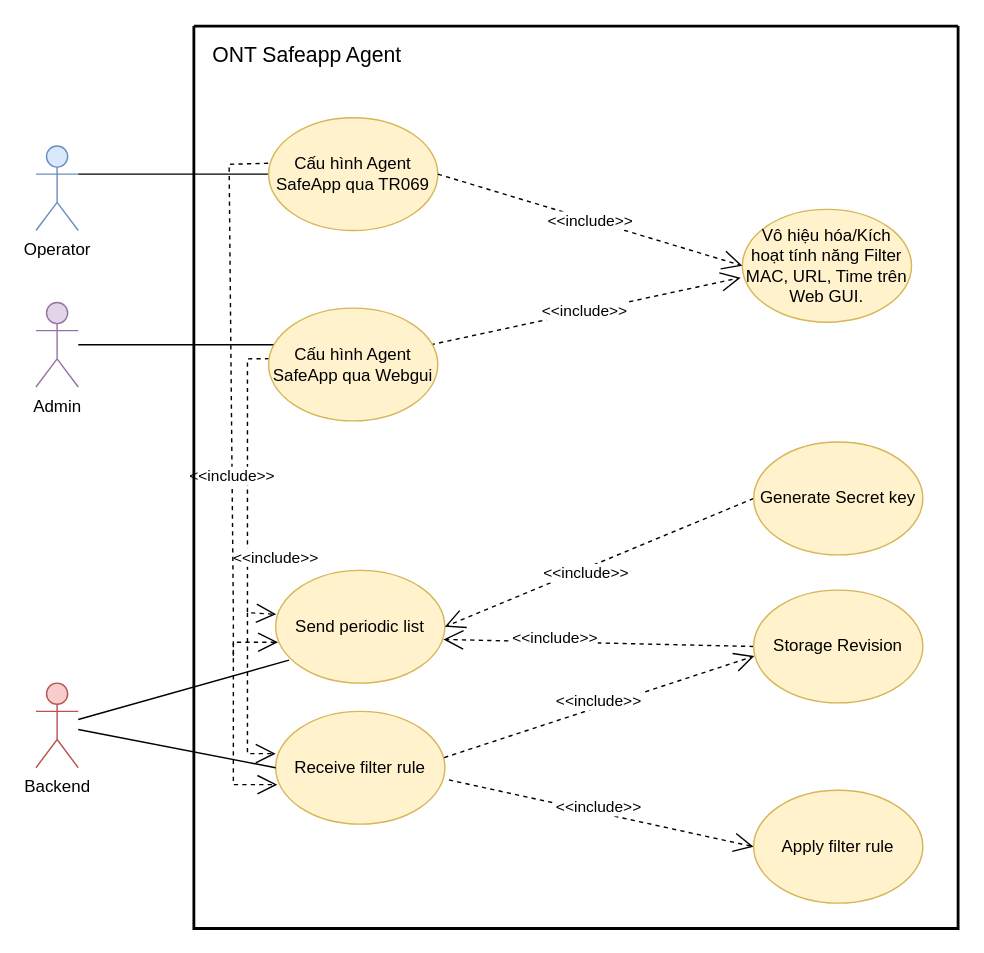
Above: final.drawio in nhatdevemb/Image_galerry (draw.io), before the change. Source tidied: cells renumbered, new cells numbered last; positions are measured from the earlier drawing's top-left corner, leaving out a move shared by most shapes. Both pictures are drawn from the tidied source at 141%, with x=0, y=0 at pixel (35, 25).
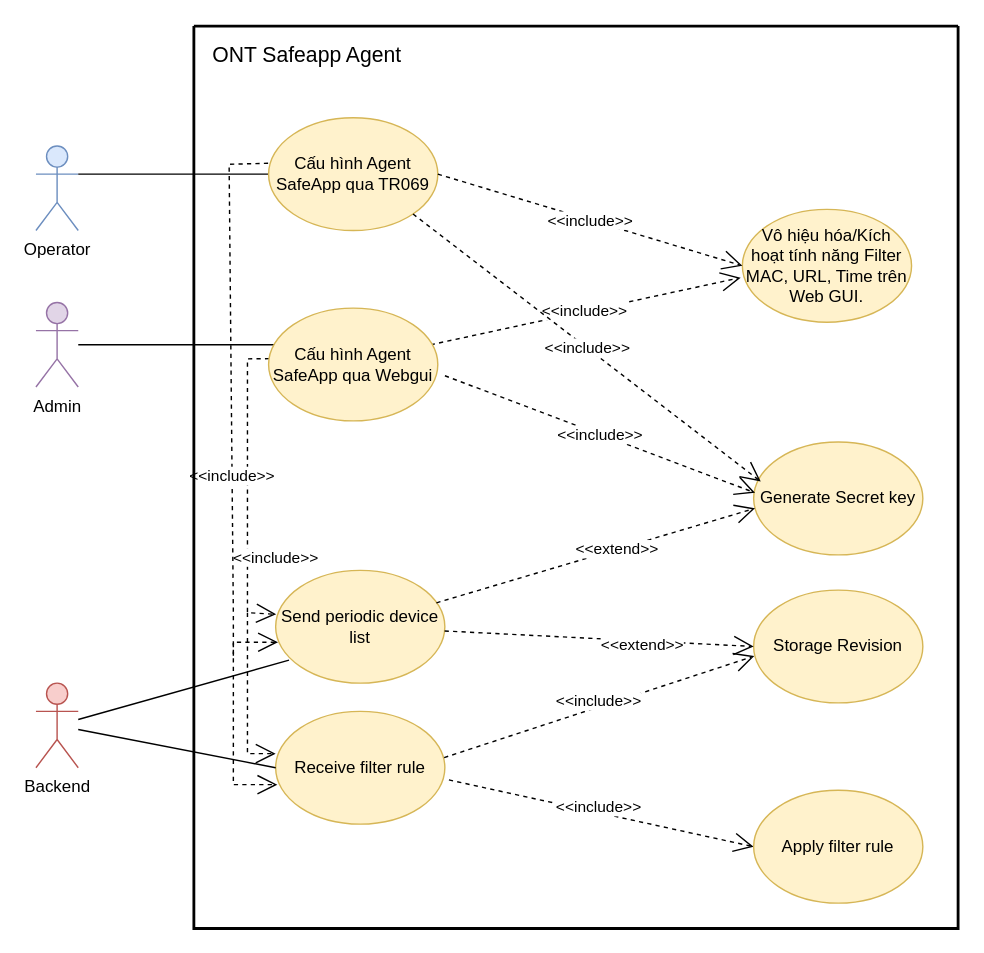
After the change.

Unchanged cells that the change refers to:
```xml
<mxCell id="20" style="swimlane;startSize=0;strokeWidth=2;" parent="1" vertex="1">
  <mxGeometry x="112" width="542" height="640" as="geometry" />
</mxCell>
<mxCell id="22" value="Generate Secret key" style="ellipse;whiteSpace=wrap;html=1;fillColor=#fff2cc;strokeColor=#d6b656;" parent="20" vertex="1">
  <mxGeometry x="397" y="295" width="120" height="80" as="geometry" />
</mxCell>
<mxCell id="23" value="Storage Revision" style="ellipse;whiteSpace=wrap;html=1;fillColor=#fff2cc;strokeColor=#d6b656;" parent="20" vertex="1">
  <mxGeometry x="397" y="400" width="120" height="80" as="geometry" />
</mxCell>
<mxCell id="25" value="Cấu hình Agent SafeApp qua TR069" style="ellipse;whiteSpace=wrap;html=1;fillColor=#fff2cc;strokeColor=#d6b656;" parent="20" vertex="1">
  <mxGeometry x="53" y="65" width="120" height="80" as="geometry" />
</mxCell>
<mxCell id="26" value="Cấu hình Agent SafeApp qua Webgui" style="ellipse;whiteSpace=wrap;html=1;fillColor=#fff2cc;strokeColor=#d6b656;" parent="20" vertex="1">
  <mxGeometry x="53" y="200" width="120" height="80" as="geometry" />
</mxCell>
```

What changed in the source:
```diff
@@
-    <mxCell id="2" value="Send periodic list" style="ellipse;whiteSpace=wrap;html=1;fillColor=#fff2cc;strokeColor=#d6b656;" parent="1" vertex="1">
+    <mxCell id="2" value="Send periodic device list" style="ellipse;whiteSpace=wrap;html=1;fillColor=#fff2cc;strokeColor=#d6b656;" parent="1" vertex="1">
       <mxGeometry x="170" y="386" width="120" height="80" as="geometry" />
     </mxCell>
@@
-    <mxCell id="12" value="&amp;lt;&amp;lt;include&amp;gt;&amp;gt;" style="endArrow=open;endSize=12;dashed=1;html=1;rounded=0;exitX=0;exitY=0.5;exitDx=0;exitDy=0;" parent="1" edge="1" source="23">
-      <mxGeometry x="0.28" y="-3" relative="1" as="geometry">
-        <mxPoint x="289" y="435" as="targetPoint" />
-      </mxGeometry>
-    </mxCell>
-    <mxCell id="13" value="&amp;lt;&amp;lt;include&amp;gt;&amp;gt;" style="endArrow=open;endSize=12;dashed=1;html=1;rounded=0;entryX=1;entryY=0.5;entryDx=0;entryDy=0;exitX=0;exitY=0.5;exitDx=0;exitDy=0;" parent="1" edge="1" source="22" target="2">
-      <mxGeometry x="0.1" y="3" relative="1" as="geometry" />
-    </mxCell>
@@
+    <mxCell id="29" value="&amp;lt;&amp;lt;include&amp;gt;&amp;gt;" style="endArrow=open;endSize=12;dashed=1;html=1;rounded=0;entryX=0.042;entryY=0.35;entryDx=0;entryDy=0;entryPerimeter=0;exitX=1;exitY=1;exitDx=0;exitDy=0;" parent="20" edge="1" source="25" target="22">
+      <mxGeometry relative="1" as="geometry" />
+    </mxCell>
+    <mxCell id="12" value="&amp;lt;&amp;lt;extend&amp;gt;&amp;gt;" style="endArrow=open;endSize=12;dashed=1;html=1;rounded=0;entryX=0;entryY=0.5;entryDx=0;entryDy=0;" parent="1" edge="1" source="2" target="23">
+      <mxGeometry x="0.28" y="-3" relative="1" as="geometry" />
+    </mxCell>
+    <mxCell id="13" value="&amp;lt;&amp;lt;extend&amp;gt;&amp;gt;" style="endArrow=open;endSize=12;dashed=1;html=1;rounded=0;entryX=0.008;entryY=0.588;entryDx=0;entryDy=0;exitX=0.95;exitY=0.288;exitDx=0;exitDy=0;exitPerimeter=0;entryPerimeter=0;" parent="1" edge="1" source="2" target="22">
+      <mxGeometry x="0.13" relative="1" as="geometry" />
+    </mxCell>
+    <mxCell id="30" value="&amp;lt;&amp;lt;include&amp;gt;&amp;gt;" style="endArrow=open;endSize=12;dashed=1;html=1;rounded=0;exitX=1.042;exitY=0.6;exitDx=0;exitDy=0;exitPerimeter=0;" parent="1" edge="1" source="26">
+      <mxGeometry relative="1" as="geometry">
+        <mxPoint x="510" y="331" as="targetPoint" />
+      </mxGeometry>
+    </mxCell>
```
